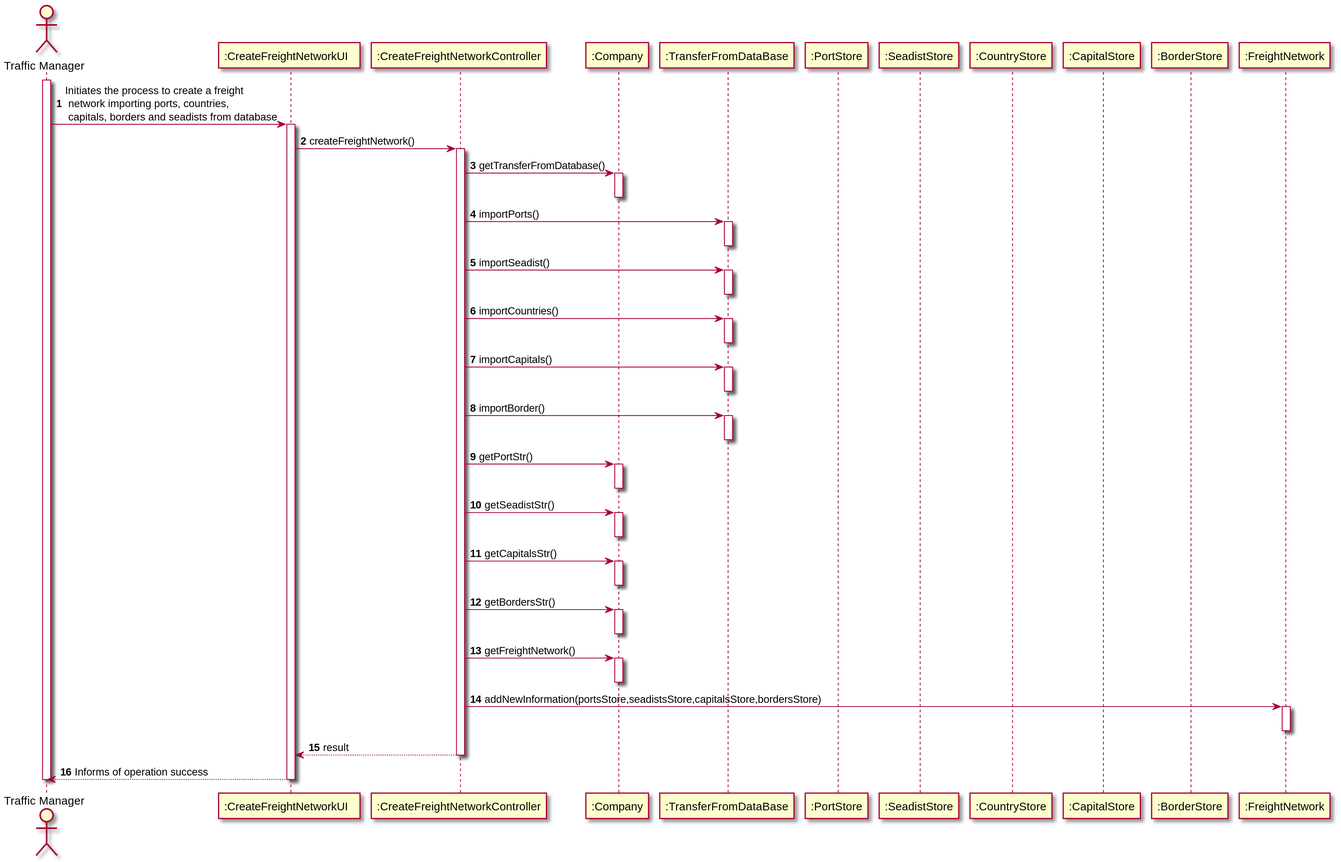
Above: docs/US301/US301_SD.svg in 0franciscor/lapr3-2021-g042 (PlantUML), before the change.
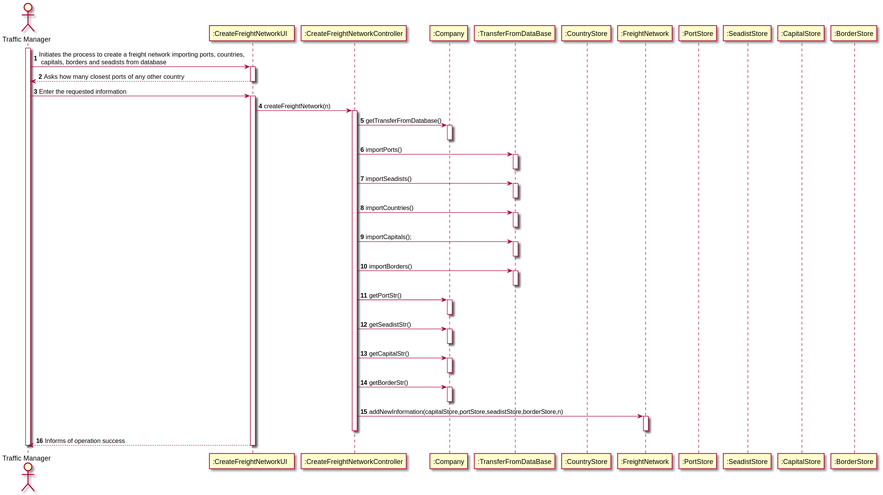
The same file after the commit.

Commit message:
G42-160 #time 30m #comment SD .puml and .svg finished. Changes could be made.

What changed in the source:
```diff
@@ -5,59 +5,62 @@
 participant ":CreateFreightNetworkUI  " as UI
 participant ":CreateFreightNetworkController" as CTRL
 participant ":Company" as CMP
-participant ":TransferFromDataBase" as transfer
-participant ":PortStore" as pStore
-participant ":SeadistStore" as sStore
-participant ":CountryStore" as cStore
-participant ":CapitalStore" as capitals
-participant ":BorderStore" as bStore
+participant ":TransferFromDataBase" as Transfer
+participant ":CountryStore" as STORE
 participant ":FreightNetwork" as network
+participant ":PortStore" as portStore
+participant ":SeadistStore" as seadistStore
+participant ":CapitalStore" as capitalStore
+participant ":BorderStore" as borderStore
+
+
 
 
 activate TM
-TM -> UI: Initiates the process to create a freight \n network importing ports, countries,\n capitals, borders and seadists from database
+TM -> UI: Initiates the process to create a freight network importing ports, countries,\n capitals, borders and seadists from database
 activate UI
-UI -> CTRL : createFreightNetwork()
+UI --> TM : Asks how many closest ports of any other country
+deactivate UI
+TM -> UI : Enter the requested information
+activate UI
+UI -> CTRL : createFreightNetwork(n)
 activate CTRL
-CTRL -> CMP : getTransferFromDatabase()
+CTRL->CMP : getTransferFromDatabase()
 activate CMP
 deactivate CMP
-CTRL -> transfer : importPorts()
-activate transfer
-deactivate transfer
-CTRL -> transfer : importSeadist()
-activate transfer
-deactivate transfer
-CTRL -> transfer : importCountries()
-activate transfer
-deactivate transfer
-CTRL -> transfer : importCapitals()
-activate transfer
-deactivate transfer
-CTRL -> transfer : importBorder()
-activate transfer
-deactivate transfer
-CTRL -> CMP: getPortStr()
+CTRL->Transfer: importPorts()
+activate Transfer
+deactivate Transfer
+CTRL->Transfer: importSeadists()
+activate Transfer
+deactivate Transfer
+CTRL->Transfer: importCountries()
+activate Transfer
+deactivate Transfer
+CTRL->Transfer: importCapitals();
+activate Transfer
+deactivate Transfer
+CTRL->Transfer: importBorders()
+activate Transfer
+deactivate Transfer
+CTRL->CMP : getPortStr()
 activate CMP
 deactivate CMP
-CTRL -> CMP: getSeadistStr()
+CTRL->CMP : getSeadistStr()
 activate CMP
 deactivate CMP
-CTRL -> CMP: getCapitalsStr()
+CTRL->CMP : getCapitalStr()
 activate CMP
 deactivate CMP
-CTRL -> CMP: getBordersStr()
+CTRL->CMP : getBorderStr()
 activate CMP
 deactivate CMP
-CTRL -> CMP : getFreightNetwork()
-activate CMP
-deactivate CMP
-CTRL->network : addNewInformation(portsStore,seadistsStore,capitalsStore,bordersStore)
+CTRL-> network : addNewInformation(capitalStore,portStore,seadistStore,borderStore,n)
 activate network
+
 deactivate network
-CTRL --> UI: result
+
 deactivate CTRL
-
 UI --> TM : Informs of operation success
 deactivate UI
 
```
